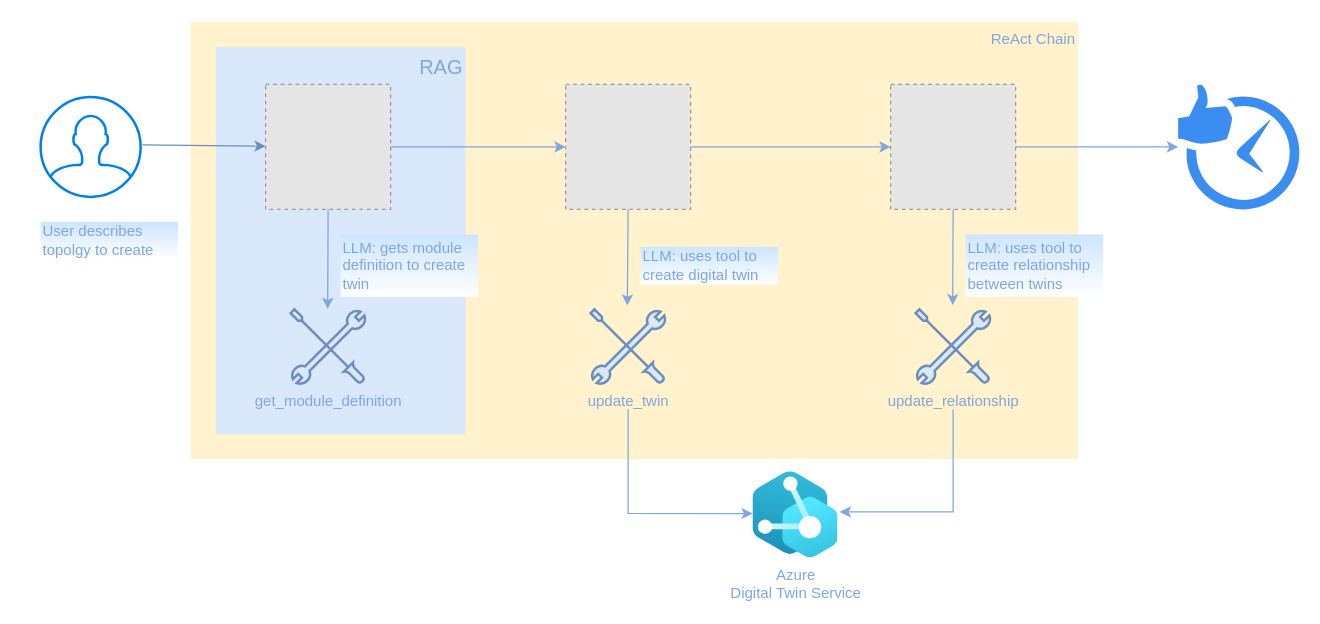
The draw.io diagram diagrams.drawio in abodalevsky/adt-ai-experiments, before the edit. Source tidied: cells renumbered, new cells numbered last; positions are measured from the earlier drawing's top-left corner, leaving out a move shared by most shapes. Both pictures are drawn from the tidied source at 125%, with x=0, y=0 at pixel (40, 21). Pictures stored in the file or linked from it are replaced by grey dashed boxes.
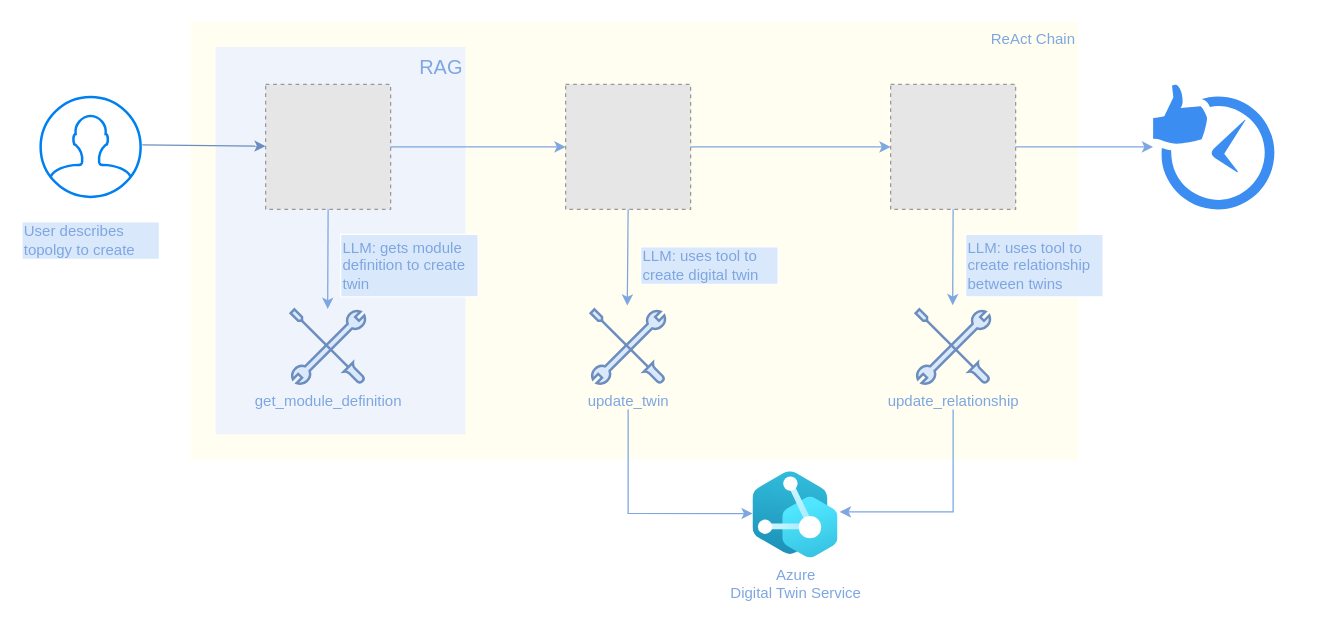
The same diagram, later.

What changed in the source:
```diff
@@
-    <mxCell id="2" value="ReAct Chain" style="rounded=0;whiteSpace=wrap;html=1;fillColor=#fff2cc;strokeColor=none;fontColor=#7EA6E0;verticalAlign=top;align=right;" parent="1" vertex="1">
+    <mxCell id="2" value="ReAct Chain" style="rounded=0;whiteSpace=wrap;html=1;fillColor=#FFFEF0;strokeColor=none;fontColor=#7EA6E0;verticalAlign=top;align=right;" parent="1" vertex="1">
       <mxGeometry x="120" width="710" height="350" as="geometry" />
     </mxCell>
-    <mxCell id="3" value="&lt;font style=&quot;font-size: 16px;&quot;&gt;RAG&lt;/font&gt;" style="rounded=0;whiteSpace=wrap;html=1;fillColor=#dae8fc;strokeColor=none;horizontal=1;verticalAlign=top;align=right;fontColor=#7EA6E0;" parent="1" vertex="1">
+    <mxCell id="3" value="&lt;font style=&quot;font-size: 16px;&quot;&gt;RAG&lt;/font&gt;" style="rounded=0;whiteSpace=wrap;html=1;fillColor=#EFF4FC;strokeColor=none;horizontal=1;verticalAlign=top;align=right;fontColor=#7EA6E0;" parent="1" vertex="1">
       <mxGeometry x="140" y="20" width="200" height="310" as="geometry" />
     </mxCell>
@@
     <mxCell id="20" style="sketch=0;html=1;strokeColor=none;shadow=0;fillColor=#3B8DF1;verticalAlign=top;labelPosition=center;verticalLabelPosition=bottom;shape=mxgraph.gcp2.social_media_time;" parent="1" vertex="1">
-      <mxGeometry x="910" y="50" width="97" height="100" as="geometry" />
+      <mxGeometry x="890" y="50" width="97" height="100" as="geometry" />
     </mxCell>
@@
-    <mxCell id="22" value="User describes topolgy to create" style="text;html=1;align=left;verticalAlign=middle;whiteSpace=wrap;rounded=0;strokeColor=none;fillColor=#CCE5FF;gradientColor=#FFFFFF;fontColor=#7EA6E0;" parent="1" vertex="1">
-      <mxGeometry y="160" width="110" height="30" as="geometry" />
+    <mxCell id="22" value="User describes topolgy to create" style="text;html=1;align=left;verticalAlign=middle;whiteSpace=wrap;rounded=0;fillColor=#dae8fc;strokeColor=#FFFFFF;fontColor=#7EA6E0;" parent="1" vertex="1">
+      <mxGeometry x="-15" y="160" width="110" height="30" as="geometry" />
     </mxCell>
-    <mxCell id="23" value="LLM: gets module definition to create twin&amp;nbsp;" style="text;html=1;align=left;verticalAlign=middle;whiteSpace=wrap;rounded=0;strokeColor=none;fillColor=#CCE5FF;gradientColor=#FFFFFF;fontColor=#7EA6E0;" parent="1" vertex="1">
+    <mxCell id="23" value="LLM: gets module definition to create twin&amp;nbsp;" style="text;html=1;align=left;verticalAlign=middle;whiteSpace=wrap;rounded=0;strokeColor=#FFFFFF;fillColor=#dae8fc;fontColor=#7EA6E0;" parent="1" vertex="1">
       <mxGeometry x="240" y="170" width="110" height="50" as="geometry" />
     </mxCell>
-    <mxCell id="24" value="LLM: uses tool to create digital twin" style="text;html=1;align=left;verticalAlign=middle;whiteSpace=wrap;rounded=0;strokeColor=none;fillColor=#CCE5FF;gradientColor=#FFFFFF;fontColor=#7EA6E0;" parent="1" vertex="1">
+    <mxCell id="24" value="LLM: uses tool to create digital twin" style="text;html=1;align=left;verticalAlign=middle;whiteSpace=wrap;rounded=0;strokeColor=#FFFFFF;fillColor=#dae8fc;fontColor=#7EA6E0;" parent="1" vertex="1">
       <mxGeometry x="480" y="180" width="110" height="30" as="geometry" />
     </mxCell>
-    <mxCell id="25" value="LLM: uses tool to create relationship between twins" style="text;html=1;align=left;verticalAlign=middle;whiteSpace=wrap;rounded=0;strokeColor=none;fillColor=#CCE5FF;gradientColor=#FFFFFF;fontColor=#7EA6E0;" parent="1" vertex="1">
+    <mxCell id="25" value="LLM: uses tool to create relationship between twins" style="text;html=1;align=left;verticalAlign=middle;whiteSpace=wrap;rounded=0;strokeColor=#FFFFFF;fillColor=#dae8fc;fontColor=#7EA6E0;" parent="1" vertex="1">
       <mxGeometry x="740" y="170" width="110" height="50" as="geometry" />
     </mxCell>
```
